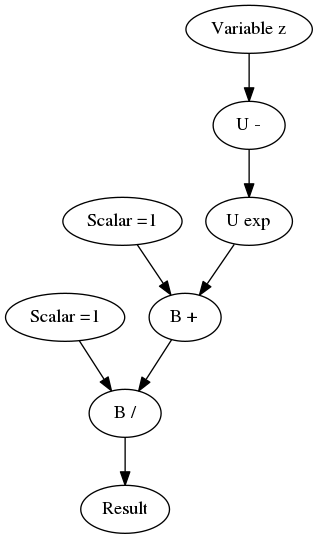
praisethemoon/cgraph keeps this Graphviz diagram as lua/sigmoid.png. Above is the earlier version. Its source is kept beside it as lua/sigmoid.dot. Source of this version:
```dot
digraph sigmoid{
	1 [label="B /"];
	2 [label="Scalar =1"];
	3 [label="B +"];
	4 [label="Scalar =1"];
	5 [label="U exp"];
	6 [label="U -"];
	7 [label="Variable z"];
	1 -> Result ;
	2 -> 1;
	3 -> 1;
	4 -> 3;
	5 -> 3;
	6 -> 5;
	7 -> 6;
}
```
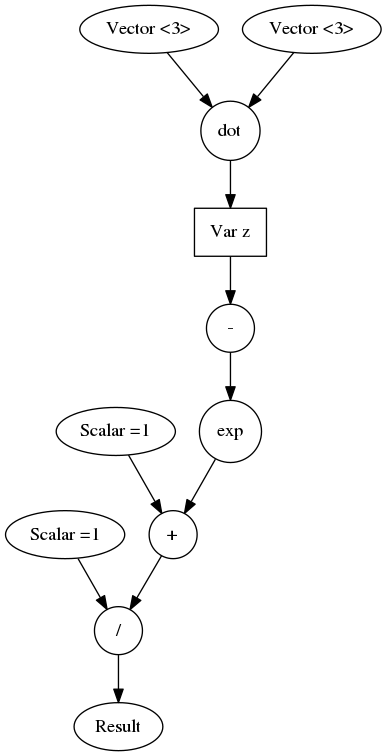
After the commit.

Change to the diagram source:
```diff
@@ -1,11 +1,14 @@
 digraph sigmoid{
-	1 [label="B /"];
+	1 [label="/", shape=circle];
 	2 [label="Scalar =1"];
-	3 [label="B +"];
+	3 [label="+", shape=circle];
 	4 [label="Scalar =1"];
-	5 [label="U exp"];
-	6 [label="U -"];
-	7 [label="Variable z"];
+	5 [label="exp", shape=circle];
+	6 [label="-", shape=circle];
+	7 [label="Var z", shape=box];
+	8 [label="dot", shape=circle];
+	9 [label="Vector <3>"];
+	10 [label="Vector <3>"];
 	1 -> Result ;
 	2 -> 1;
 	3 -> 1;
@@ -13,4 +16,7 @@
 	5 -> 3;
 	6 -> 5;
 	7 -> 6;
+	8 -> 7;
+	9 -> 8;
+	10 -> 8;
 }
```
